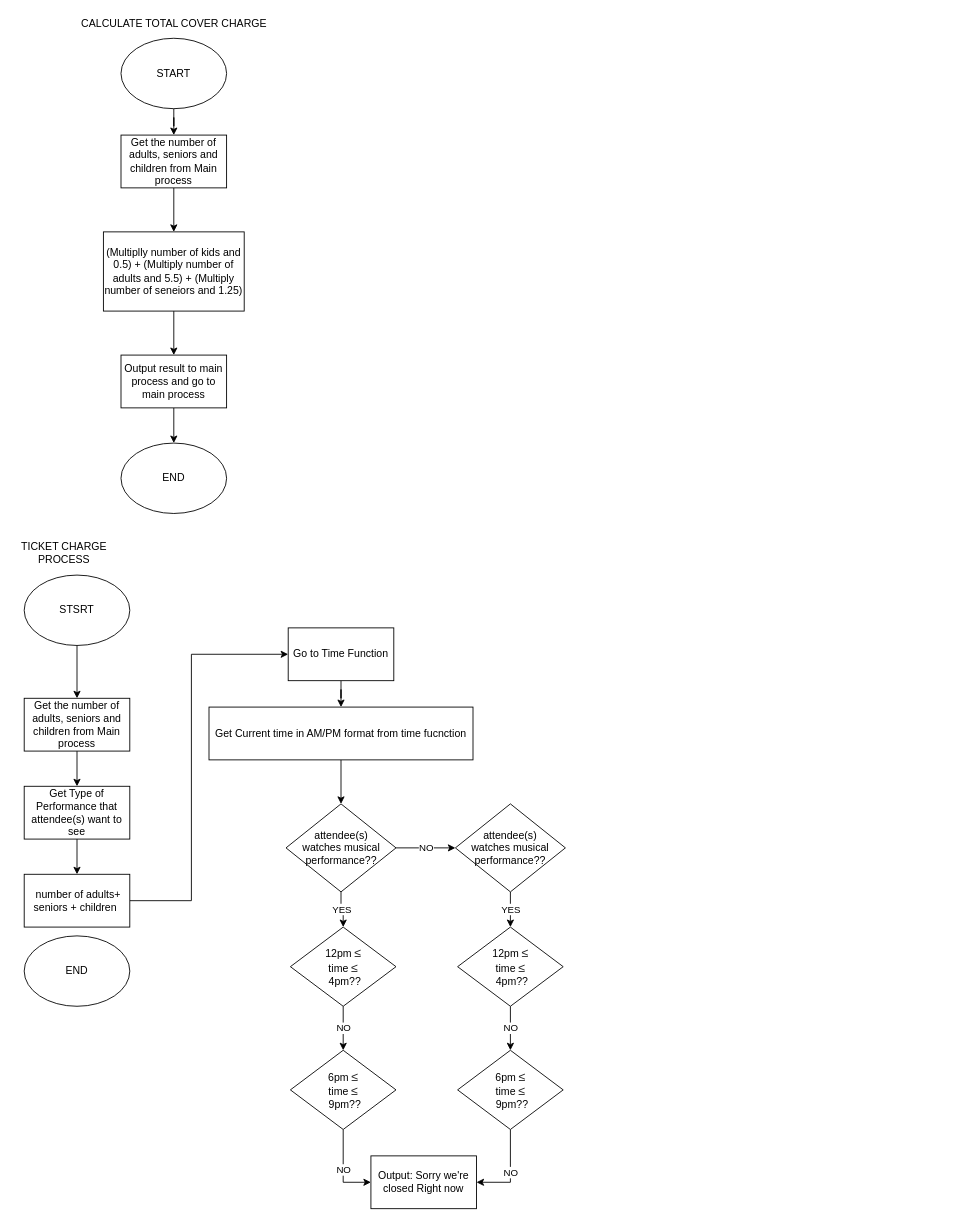
This is APS145_Workshop7_Subprocesses.drawio from PriyaArasan/APS145_Workshop7, a draw.io file, before an edit. Source tidied: cells renumbered, new cells numbered last; positions are measured from the earlier drawing's top-left corner, leaving out a move shared by most shapes. Both pictures are drawn from the tidied source at 88%, with x=0, y=0 at pixel (15, 15).
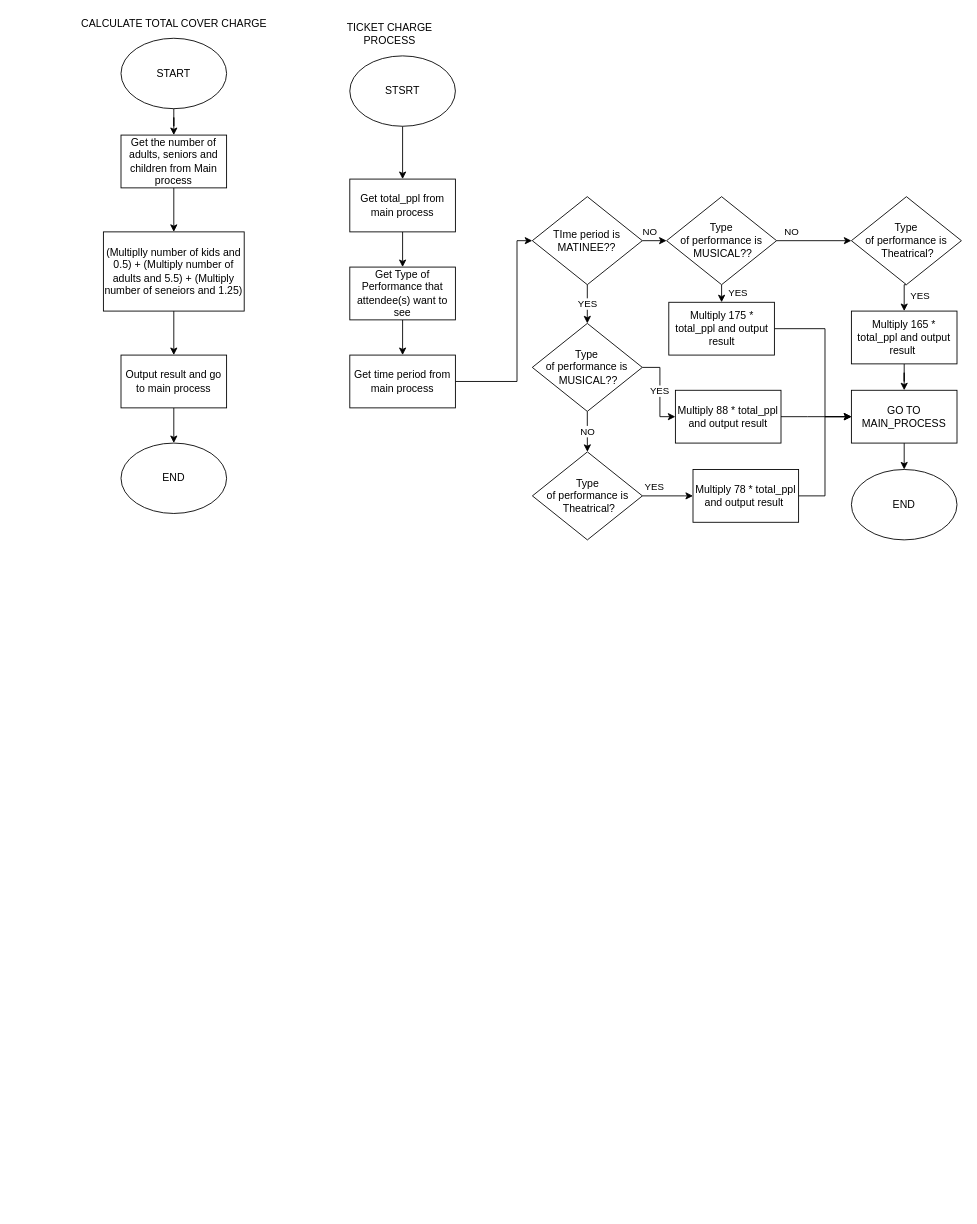
The same diagram, later.

Diff of the diagram source:
```diff
@@
-    <mxCell id="7" value="Output result to main process and go to main process" style="rounded=0;whiteSpace=wrap;html=1;" parent="1" vertex="1">
+    <mxCell id="7" value="Output result and go to main process" style="rounded=0;whiteSpace=wrap;html=1;" parent="1" vertex="1">
       <mxGeometry x="120" y="386" width="120" height="60" as="geometry" />
     </mxCell>
@@
     <mxCell id="12" value="TICKET CHARGE&lt;br&gt;PROCESS" style="text;html=1;align=center;verticalAlign=middle;" parent="1" vertex="1">
-      <mxGeometry y="596" width="110" height="30" as="geometry" />
+      <mxGeometry x="370" y="6" width="110" height="30" as="geometry" />
     </mxCell>
-    <mxCell id="13" value="END" style="ellipse;whiteSpace=wrap;html=1;" parent="1" vertex="1">
-      <mxGeometry x="10" y="1046" width="120" height="80" as="geometry" />
-    </mxCell>
@@
     <mxCell id="15" value="STSRT" style="ellipse;whiteSpace=wrap;html=1;" parent="1" vertex="1">
-      <mxGeometry x="10" y="636" width="120" height="80" as="geometry" />
+      <mxGeometry x="380" y="46" width="120" height="80" as="geometry" />
     </mxCell>
@@
-    <mxCell id="17" value="Get the number of adults, seniors and children from Main process" style="rounded=0;whiteSpace=wrap;html=1;" parent="1" vertex="1">
-      <mxGeometry x="10" y="776" width="120" height="60" as="geometry" />
+    <mxCell id="17" value="Get total_ppl from main process" style="rounded=0;whiteSpace=wrap;html=1;" parent="1" vertex="1">
+      <mxGeometry x="380" y="186" width="120" height="60" as="geometry" />
     </mxCell>
@@
     <mxCell id="19" value="Get Type of Performance that attendee(s) want to see" style="rounded=0;whiteSpace=wrap;html=1;" parent="1" vertex="1">
-      <mxGeometry x="10" y="876" width="120" height="60" as="geometry" />
+      <mxGeometry x="380" y="286" width="120" height="60" as="geometry" />
     </mxCell>
-    <mxCell id="20" style="edgeStyle=orthogonalEdgeStyle;rounded=0;jettySize=auto;html=1;entryX=0;entryY=0.5;entryDx=0;entryDy=0;" parent="1" edge="1" source="21" target="23">
+    <mxCell id="20" style="edgeStyle=orthogonalEdgeStyle;rounded=0;jettySize=auto;html=1;entryX=0;entryY=0.5;entryDx=0;entryDy=0;" parent="1" edge="1" source="21" target="30">
       <mxGeometry relative="1" as="geometry">
         <Array as="points">
-          <mxPoint x="200" y="1006" />
-          <mxPoint x="200" y="726" />
+          <mxPoint x="570" y="416" />
+          <mxPoint x="570" y="256" />
         </Array>
       </mxGeometry>
     </mxCell>
-    <mxCell id="21" value="&amp;nbsp;number of adults+ seniors + children&amp;nbsp;" style="rounded=0;whiteSpace=wrap;html=1;" parent="1" vertex="1">
-      <mxGeometry x="10" y="976" width="120" height="60" as="geometry" />
+    <mxCell id="21" value="Get time period from main process" style="rounded=0;whiteSpace=wrap;html=1;" parent="1" vertex="1">
+      <mxGeometry x="380" y="386" width="120" height="60" as="geometry" />
     </mxCell>
-    <mxCell id="22" style="edgeStyle=orthogonalEdgeStyle;rounded=0;jettySize=auto;html=1;" parent="1" edge="1" source="23" target="25">
-      <mxGeometry relative="1" as="geometry" />
-    </mxCell>
-    <mxCell id="23" value="Go to Time Function" style="rounded=0;whiteSpace=wrap;html=1;" parent="1" vertex="1">
-      <mxGeometry x="310" y="696" width="120" height="60" as="geometry" />
-    </mxCell>
-    <mxCell id="24" style="edgeStyle=orthogonalEdgeStyle;rounded=0;jettySize=auto;html=1;" parent="1" edge="1" source="25" target="28">
-      <mxGeometry relative="1" as="geometry" />
-    </mxCell>
-    <mxCell id="25" value="Get Current time in AM/PM format from time fucnction" style="rounded=0;whiteSpace=wrap;html=1;" parent="1" vertex="1">
-      <mxGeometry x="220" y="786" width="300" height="60" as="geometry" />
-    </mxCell>
-    <mxCell id="26" value="NO" style="edgeStyle=orthogonalEdgeStyle;rounded=0;jettySize=auto;html=1;" parent="1" edge="1" source="28" target="30">
-      <mxGeometry relative="1" as="geometry" />
-    </mxCell>
-    <mxCell id="27" value="YES" style="edgeStyle=orthogonalEdgeStyle;rounded=0;jettySize=auto;html=1;" parent="1" edge="1" source="28" target="32">
-      <mxGeometry relative="1" as="geometry" />
-    </mxCell>
-    <mxCell id="28" value="attendee(s) &lt;br&gt;watches musical performance??" style="rhombus;whiteSpace=wrap;html=1;" parent="1" vertex="1">
-      <mxGeometry x="307.5" y="896" width="125" height="100" as="geometry" />
-    </mxCell>
-    <mxCell id="29" value="YES" style="edgeStyle=orthogonalEdgeStyle;rounded=0;jettySize=auto;html=1;" parent="1" edge="1" source="30" target="36">
-      <mxGeometry relative="1" as="geometry" />
-    </mxCell>
+    <mxCell id="40" value="YES" style="edgeStyle=orthogonalEdgeStyle;rounded=0;jettySize=auto;html=1;" parent="1" edge="1" source="30" target="44">
+      <mxGeometry relative="1" as="geometry" />
+    </mxCell>
+    <mxCell id="41" value="NO" style="edgeStyle=orthogonalEdgeStyle;rounded=0;jettySize=auto;html=1;exitX=1;exitY=0.5;exitDx=0;exitDy=0;entryX=0;entryY=0.5;entryDx=0;entryDy=0;" parent="1" edge="1" source="30" target="49">
+      <mxGeometry x="-0.45" y="10" relative="1" as="geometry">
+        <mxPoint x="1" as="offset" />
+      </mxGeometry>
+    </mxCell>
-    <mxCell id="30" value="attendee(s) &lt;br&gt;watches musical performance??" style="rhombus;whiteSpace=wrap;html=1;" parent="1" vertex="1">
-      <mxGeometry x="500" y="896" width="125" height="100" as="geometry" />
+    <mxCell id="30" value="TIme period is MATINEE??" style="rhombus;whiteSpace=wrap;html=1;" parent="1" vertex="1">
+      <mxGeometry x="587.4" y="206" width="125" height="100" as="geometry" />
     </mxCell>
-    <mxCell id="31" value="NO" style="edgeStyle=orthogonalEdgeStyle;rounded=0;jettySize=auto;html=1;" parent="1" edge="1" source="32" target="34">
-      <mxGeometry relative="1" as="geometry" />
-    </mxCell>
-    <mxCell id="32" value="12pm&amp;nbsp;&lt;span style=&quot;color: rgb(34 , 34 , 34) ; font-family: &amp;#34;arial&amp;#34; , sans-serif ; font-size: 14px ; text-align: left ; background-color: rgb(255 , 255 , 255)&quot;&gt;≤&lt;/span&gt;&lt;br&gt;time&amp;nbsp;&lt;span style=&quot;color: rgb(34 , 34 , 34) ; font-family: &amp;#34;arial&amp;#34; , sans-serif ; font-size: 14px ; text-align: left ; background-color: rgb(255 , 255 , 255)&quot;&gt;≤&lt;/span&gt;&lt;br&gt;&amp;nbsp;4pm??" style="rhombus;whiteSpace=wrap;html=1;" parent="1" vertex="1">
-      <mxGeometry x="312.5" y="1036" width="120" height="90" as="geometry" />
-    </mxCell>
-    <mxCell id="33" value="NO" style="edgeStyle=orthogonalEdgeStyle;rounded=0;jettySize=auto;html=1;entryX=0;entryY=0.5;entryDx=0;entryDy=0;" parent="1" edge="1" source="34" target="39">
-      <mxGeometry relative="1" as="geometry" />
-    </mxCell>
-    <mxCell id="34" value="&lt;span style=&quot;white-space: normal&quot;&gt;6pm&amp;nbsp;&lt;/span&gt;&lt;span style=&quot;white-space: normal ; color: rgb(34 , 34 , 34) ; font-family: &amp;#34;arial&amp;#34; , sans-serif ; font-size: 14px ; text-align: left ; background-color: rgb(255 , 255 , 255)&quot;&gt;≤&lt;/span&gt;&lt;br style=&quot;white-space: normal&quot;&gt;&lt;span style=&quot;white-space: normal&quot;&gt;time&amp;nbsp;&lt;/span&gt;&lt;span style=&quot;white-space: normal ; color: rgb(34 , 34 , 34) ; font-family: &amp;#34;arial&amp;#34; , sans-serif ; font-size: 14px ; text-align: left ; background-color: rgb(255 , 255 , 255)&quot;&gt;≤&lt;/span&gt;&lt;br style=&quot;white-space: normal&quot;&gt;&lt;span style=&quot;white-space: normal&quot;&gt;&amp;nbsp;9pm??&lt;/span&gt;" style="rhombus;whiteSpace=wrap;html=1;" parent="1" vertex="1">
-      <mxGeometry x="312.5" y="1176" width="120" height="90" as="geometry" />
-    </mxCell>
-    <mxCell id="35" value="NO" style="edgeStyle=orthogonalEdgeStyle;rounded=0;jettySize=auto;html=1;" parent="1" edge="1" source="36" target="38">
-      <mxGeometry relative="1" as="geometry" />
-    </mxCell>
-    <mxCell id="36" value="12pm&amp;nbsp;&lt;span style=&quot;color: rgb(34 , 34 , 34) ; font-family: &amp;#34;arial&amp;#34; , sans-serif ; font-size: 14px ; text-align: left ; background-color: rgb(255 , 255 , 255)&quot;&gt;≤&lt;/span&gt;&lt;br&gt;time&amp;nbsp;&lt;span style=&quot;color: rgb(34 , 34 , 34) ; font-family: &amp;#34;arial&amp;#34; , sans-serif ; font-size: 14px ; text-align: left ; background-color: rgb(255 , 255 , 255)&quot;&gt;≤&lt;/span&gt;&lt;br&gt;&amp;nbsp;4pm??" style="rhombus;whiteSpace=wrap;html=1;" parent="1" vertex="1">
-      <mxGeometry x="502.5" y="1036" width="120" height="90" as="geometry" />
-    </mxCell>
-    <mxCell id="37" value="NO" style="edgeStyle=orthogonalEdgeStyle;rounded=0;jettySize=auto;html=1;entryX=1;entryY=0.5;entryDx=0;entryDy=0;" parent="1" edge="1" source="38" target="39">
-      <mxGeometry relative="1" as="geometry" />
-    </mxCell>
-    <mxCell id="38" value="&lt;span style=&quot;white-space: normal&quot;&gt;6pm&amp;nbsp;&lt;/span&gt;&lt;span style=&quot;white-space: normal ; color: rgb(34 , 34 , 34) ; font-family: &amp;#34;arial&amp;#34; , sans-serif ; font-size: 14px ; text-align: left ; background-color: rgb(255 , 255 , 255)&quot;&gt;≤&lt;/span&gt;&lt;br style=&quot;white-space: normal&quot;&gt;&lt;span style=&quot;white-space: normal&quot;&gt;time&amp;nbsp;&lt;/span&gt;&lt;span style=&quot;white-space: normal ; color: rgb(34 , 34 , 34) ; font-family: &amp;#34;arial&amp;#34; , sans-serif ; font-size: 14px ; text-align: left ; background-color: rgb(255 , 255 , 255)&quot;&gt;≤&lt;/span&gt;&lt;br style=&quot;white-space: normal&quot;&gt;&lt;span style=&quot;white-space: normal&quot;&gt;&amp;nbsp;9pm??&lt;/span&gt;" style="rhombus;whiteSpace=wrap;html=1;" parent="1" vertex="1">
-      <mxGeometry x="502.5" y="1176" width="120" height="90" as="geometry" />
-    </mxCell>
-    <mxCell id="39" value="Output: Sorry we're closed Right now" style="rounded=0;whiteSpace=wrap;html=1;" parent="1" vertex="1">
-      <mxGeometry x="404" y="1296" width="120" height="60" as="geometry" />
-    </mxCell>
+    <mxCell id="42" value="NO" style="edgeStyle=orthogonalEdgeStyle;rounded=0;jettySize=auto;html=1;" parent="1" edge="1" source="44" target="51">
+      <mxGeometry relative="1" as="geometry" />
+    </mxCell>
+    <mxCell id="43" value="YES" style="edgeStyle=orthogonalEdgeStyle;rounded=0;jettySize=auto;html=1;exitX=1;exitY=0.5;exitDx=0;exitDy=0;entryX=0;entryY=0.5;entryDx=0;entryDy=0;" parent="1" edge="1" source="44" target="57">
+      <mxGeometry relative="1" as="geometry" />
+    </mxCell>
+    <mxCell id="44" value="Type &lt;br&gt;of performance is&lt;br&gt;&amp;nbsp;MUSICAL??" style="rhombus;whiteSpace=wrap;html=1;" parent="1" vertex="1">
+      <mxGeometry x="587.4" y="350" width="125" height="100" as="geometry" />
+    </mxCell>
+    <mxCell id="45" value="YES" style="edgeStyle=orthogonalEdgeStyle;rounded=0;jettySize=auto;html=1;exitX=0.5;exitY=1;exitDx=0;exitDy=0;entryX=0.5;entryY=0;entryDx=0;entryDy=0;" parent="1" edge="1" source="46" target="55">
+      <mxGeometry y="18" relative="1" as="geometry">
+        <Array as="points">
+          <mxPoint x="1010" y="306" />
+        </Array>
+        <mxPoint y="-1" as="offset" />
+      </mxGeometry>
+    </mxCell>
+    <mxCell id="46" value="Type &lt;br&gt;of performance is&lt;br&gt;&amp;nbsp;Theatrical?" style="rhombus;whiteSpace=wrap;html=1;" parent="1" vertex="1">
+      <mxGeometry x="950" y="206" width="125" height="100" as="geometry" />
+    </mxCell>
+    <mxCell id="47" value="NO" style="edgeStyle=orthogonalEdgeStyle;rounded=0;jettySize=auto;html=1;exitX=1;exitY=0.5;exitDx=0;exitDy=0;entryX=0;entryY=0.5;entryDx=0;entryDy=0;" parent="1" edge="1" source="49" target="46">
+      <mxGeometry x="-0.6" y="10" relative="1" as="geometry" />
+    </mxCell>
+    <mxCell id="48" value="YES" style="edgeStyle=orthogonalEdgeStyle;rounded=0;jettySize=auto;html=1;exitX=0.5;exitY=1;exitDx=0;exitDy=0;entryX=0.5;entryY=0;entryDx=0;entryDy=0;" parent="1" edge="1" source="49" target="53">
+      <mxGeometry y="18" relative="1" as="geometry">
+        <mxPoint y="-1" as="offset" />
+      </mxGeometry>
+    </mxCell>
+    <mxCell id="49" value="Type &lt;br&gt;of performance is&lt;br&gt;&amp;nbsp;MUSICAL??" style="rhombus;whiteSpace=wrap;html=1;" parent="1" vertex="1">
+      <mxGeometry x="740" y="206" width="125" height="100" as="geometry" />
+    </mxCell>
+    <mxCell id="50" value="YES" style="edgeStyle=orthogonalEdgeStyle;rounded=0;jettySize=auto;html=1;exitX=1;exitY=0.5;exitDx=0;exitDy=0;entryX=0;entryY=0.5;entryDx=0;entryDy=0;" parent="1" edge="1" source="51" target="59">
+      <mxGeometry x="-0.56" y="10" relative="1" as="geometry">
+        <Array as="points">
+          <mxPoint x="760" y="546" />
+          <mxPoint x="760" y="546" />
+        </Array>
+      </mxGeometry>
+    </mxCell>
+    <mxCell id="51" value="Type &lt;br&gt;of performance is&lt;br&gt;&amp;nbsp;Theatrical?" style="rhombus;whiteSpace=wrap;html=1;" parent="1" vertex="1">
+      <mxGeometry x="587.5" y="496" width="125" height="100" as="geometry" />
+    </mxCell>
+    <mxCell id="52" style="edgeStyle=orthogonalEdgeStyle;rounded=0;jettySize=auto;html=1;entryX=0;entryY=0.5;entryDx=0;entryDy=0;exitX=1;exitY=0.5;exitDx=0;exitDy=0;" parent="1" edge="1" source="53" target="61">
+      <mxGeometry relative="1" as="geometry">
+        <Array as="points">
+          <mxPoint x="920" y="356" />
+          <mxPoint x="920" y="456" />
+        </Array>
+      </mxGeometry>
+    </mxCell>
+    <mxCell id="53" value="Multiply 175 * total_ppl and output result" style="rounded=0;whiteSpace=wrap;html=1;" parent="1" vertex="1">
+      <mxGeometry x="742.5" y="326" width="120" height="60" as="geometry" />
+    </mxCell>
+    <mxCell id="54" style="edgeStyle=orthogonalEdgeStyle;rounded=0;jettySize=auto;html=1;entryX=0.5;entryY=0;entryDx=0;entryDy=0;" parent="1" edge="1" source="55" target="61">
+      <mxGeometry relative="1" as="geometry" />
+    </mxCell>
+    <mxCell id="55" value="Multiply 165 * total_ppl and output result&amp;nbsp;" style="rounded=0;whiteSpace=wrap;html=1;" parent="1" vertex="1">
+      <mxGeometry x="950" y="336" width="120" height="60" as="geometry" />
+    </mxCell>
+    <mxCell id="56" style="edgeStyle=orthogonalEdgeStyle;rounded=0;jettySize=auto;html=1;" parent="1" edge="1" source="57" target="61">
+      <mxGeometry relative="1" as="geometry">
+        <Array as="points">
+          <mxPoint x="900" y="456" />
+          <mxPoint x="900" y="456" />
+        </Array>
+      </mxGeometry>
+    </mxCell>
+    <mxCell id="57" value="Multiply 88 * total_ppl and output result" style="rounded=0;whiteSpace=wrap;html=1;" parent="1" vertex="1">
+      <mxGeometry x="750" y="426" width="120" height="60" as="geometry" />
+    </mxCell>
+    <mxCell id="58" style="edgeStyle=orthogonalEdgeStyle;rounded=0;jettySize=auto;html=1;entryX=0;entryY=0.5;entryDx=0;entryDy=0;" parent="1" edge="1" source="59" target="61">
+      <mxGeometry relative="1" as="geometry" />
+    </mxCell>
+    <mxCell id="59" value="&lt;span style=&quot;white-space: normal&quot;&gt;Multiply 78 * total_ppl and output result&amp;nbsp;&lt;/span&gt;" style="rounded=0;whiteSpace=wrap;html=1;" parent="1" vertex="1">
+      <mxGeometry x="770" y="516" width="120" height="60" as="geometry" />
+    </mxCell>
+    <mxCell id="13" value="END" style="ellipse;whiteSpace=wrap;html=1;" parent="1" vertex="1">
+      <mxGeometry x="950" y="516" width="120" height="80" as="geometry" />
+    </mxCell>
+    <mxCell id="60" style="edgeStyle=orthogonalEdgeStyle;rounded=0;jettySize=auto;html=1;exitX=0.5;exitY=1;exitDx=0;exitDy=0;entryX=0.5;entryY=0;entryDx=0;entryDy=0;" parent="1" edge="1" source="61" target="13">
+      <mxGeometry relative="1" as="geometry" />
+    </mxCell>
+    <mxCell id="61" value="GO TO MAIN_PROCESS" style="rounded=0;whiteSpace=wrap;html=1;" parent="1" vertex="1">
+      <mxGeometry x="950" y="426" width="120" height="60" as="geometry" />
+    </mxCell>
```
